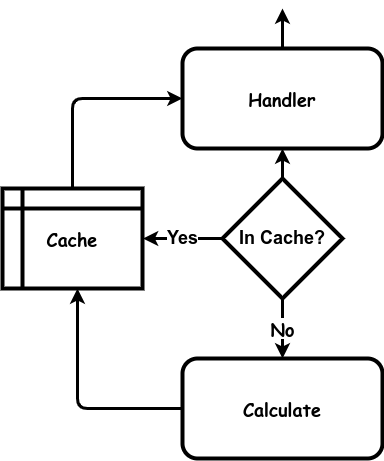
Above: images/caching.drawio.png in garfix/architectural-patterns (draw.io), before the change. Source tidied: cells renumbered, new cells last; positions are measured from the earlier drawing's top-left corner, leaving out a move shared by most shapes.
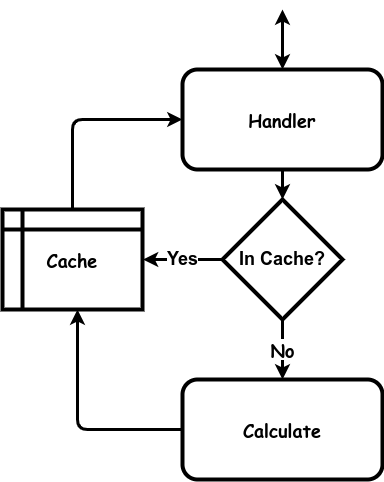
Above is the later version.

What changed in the source:
```diff
@@ -23,9 +23,9 @@
     <mxCell id="6" value="&lt;b style=&quot;font-size: 18px;&quot;&gt;Handler&lt;br&gt;&lt;/b&gt;" style="rounded=1;whiteSpace=wrap;html=1;strokeWidth=4;fontFamily=Comic Sans MS;fontSize=18;" parent="1" vertex="1">
       <mxGeometry x="180" y="40" width="200" height="100" as="geometry" />
     </mxCell>
-    <mxCell id="7" style="endArrow=none;startArrow=classic;html=1;rounded=0;strokeWidth=3;endFill=0;" parent="1" edge="1" target="6">
+    <mxCell id="7" style="endArrow=classic;startArrow=classic;html=1;rounded=0;strokeWidth=3;endFill=1;" parent="1" edge="1" source="6">
       <mxGeometry relative="1" as="geometry">
-        <mxPoint x="280" as="sourcePoint" />
+        <mxPoint x="280" y="-20" as="targetPoint" />
       </mxGeometry>
     </mxCell>
     <mxCell id="8" style="endArrow=none;startArrow=classic;html=1;rounded=1;strokeWidth=3;endFill=0;" parent="1" edge="1" target="2">
@@ -40,7 +40,7 @@
     <mxCell id="9" value="&lt;font style=&quot;font-size: 18px;&quot;&gt;In Cache?&lt;/font&gt;" style="rhombus;whiteSpace=wrap;html=1;strokeWidth=4;fontStyle=1;" parent="1" vertex="1">
       <mxGeometry x="220" y="170" width="120" height="120" as="geometry" />
     </mxCell>
-    <mxCell id="10" style="endArrow=none;startArrow=classic;html=1;rounded=0;strokeWidth=3;endFill=0;" parent="1" edge="1" source="6" target="9">
+    <mxCell id="10" style="endArrow=none;startArrow=classic;html=1;rounded=0;strokeWidth=3;endFill=0;" parent="1" edge="1" source="9" target="6">
       <mxGeometry relative="1" as="geometry" />
     </mxCell>
     <mxCell id="11" value="Cache" style="shape=internalStorage;whiteSpace=wrap;html=1;backgroundOutline=1;strokeWidth=4;fontSize=18;fontFamily=Comic Sans MS;fontStyle=1;" parent="1" vertex="1">
```
